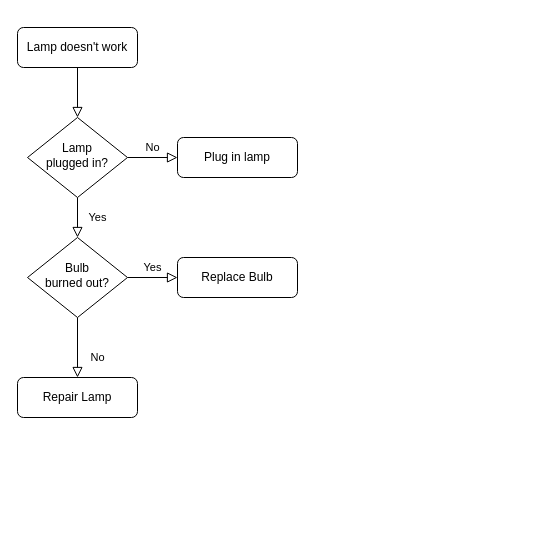
This is Untitled Diagram.drawio from ChengXW000/ChengXW000, a draw.io file, before an edit. Source tidied: cells renumbered, new cells numbered last; positions are measured from the earlier drawing's top-left corner, leaving out a move shared by most shapes. Both pictures are drawn from the tidied source at 100%, with x=0, y=0 at pixel (17, 27).
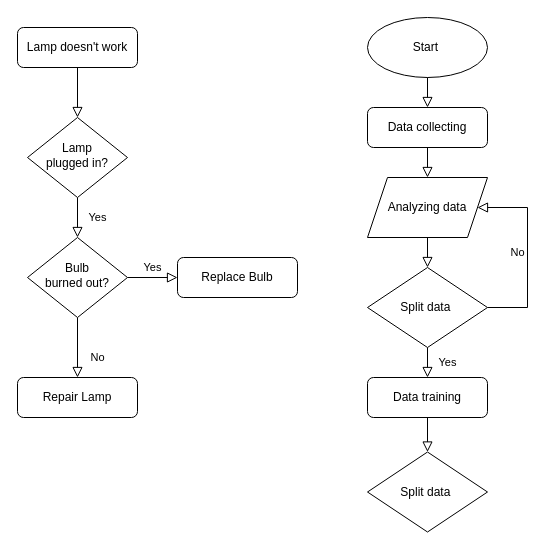
The same diagram, later.

Unchanged cells that the change refers to:
```xml
<mxCell id="6" value="Lamp&lt;br&gt;plugged in?" style="rhombus;whiteSpace=wrap;html=1;shadow=0;fontFamily=Helvetica;fontSize=12;align=center;strokeWidth=1;spacing=6;spacingTop=-4;" parent="1" vertex="1">
  <mxGeometry x="10" y="90" width="100" height="80" as="geometry" />
</mxCell>
```

What changed in the source:
```diff
@@
-    <mxCell id="5" value="No" style="edgeStyle=orthogonalEdgeStyle;rounded=0;html=1;jettySize=auto;fontSize=11;endArrow=block;endFill=0;endSize=8;strokeWidth=1;shadow=0;labelBackgroundColor=none;" parent="1" edge="1" source="6" target="7">
-      <mxGeometry y="10" relative="1" as="geometry" />
+    <mxCell id="5" value="No" style="edgeStyle=orthogonalEdgeStyle;rounded=0;html=1;jettySize=auto;fontSize=11;endArrow=block;endFill=0;endSize=8;strokeWidth=1;shadow=0;labelBackgroundColor=none;exitX=1;exitY=0.5;exitDx=0;exitDy=0;entryX=1;entryY=0.5;entryDx=0;entryDy=0;" parent="1" edge="1" source="18" target="15">
+      <mxGeometry y="10" relative="1" as="geometry">
+        <Array as="points">
+          <mxPoint x="510" y="280" />
+          <mxPoint x="510" y="180" />
+        </Array>
+      </mxGeometry>
     </mxCell>
@@
-    <mxCell id="7" value="Plug in lamp" style="rounded=1;whiteSpace=wrap;html=1;fontSize=12;glass=0;strokeWidth=1;shadow=0;" parent="1" vertex="1">
-      <mxGeometry x="160" y="110" width="120" height="40" as="geometry" />
+    <mxCell id="7" value="Data collecting" style="rounded=1;whiteSpace=wrap;html=1;fontSize=12;glass=0;strokeWidth=1;shadow=0;" parent="1" vertex="1">
+      <mxGeometry x="350" y="80" width="120" height="40" as="geometry" />
     </mxCell>
@@
+    <mxCell id="13" value="Start&amp;nbsp;" style="ellipse;whiteSpace=wrap;html=1;" parent="1" vertex="1">
+      <mxGeometry x="350" y="-10" width="120" height="60" as="geometry" />
+    </mxCell>
+    <mxCell id="14" style="rounded=0;html=1;jettySize=auto;fontSize=11;endArrow=block;endFill=0;endSize=8;strokeWidth=1;shadow=0;labelBackgroundColor=none;edgeStyle=orthogonalEdgeStyle;exitX=0.5;exitY=1;exitDx=0;exitDy=0;entryX=0.5;entryY=0;entryDx=0;entryDy=0;" parent="1" edge="1" source="13" target="7">
+      <mxGeometry relative="1" as="geometry" />
+    </mxCell>
+    <mxCell id="15" value="Analyzing data" style="shape=parallelogram;perimeter=parallelogramPerimeter;whiteSpace=wrap;html=1;fixedSize=1;" parent="1" vertex="1">
+      <mxGeometry x="350" y="150" width="120" height="60" as="geometry" />
+    </mxCell>
+    <mxCell id="16" value="Yes" style="rounded=0;html=1;jettySize=auto;fontSize=11;endArrow=block;endFill=0;endSize=8;strokeWidth=1;shadow=0;labelBackgroundColor=none;edgeStyle=orthogonalEdgeStyle;exitX=0.5;exitY=1;exitDx=0;exitDy=0;entryX=0.5;entryY=0;entryDx=0;entryDy=0;" parent="1" edge="1" source="18" target="19">
+      <mxGeometry y="20" relative="1" as="geometry" />
+    </mxCell>
+    <mxCell id="17" style="rounded=0;html=1;jettySize=auto;fontSize=11;endArrow=block;endFill=0;endSize=8;strokeWidth=1;shadow=0;labelBackgroundColor=none;edgeStyle=orthogonalEdgeStyle;exitX=0.5;exitY=1;exitDx=0;exitDy=0;entryX=0.5;entryY=0;entryDx=0;entryDy=0;" parent="1" edge="1" source="7" target="15">
+      <mxGeometry relative="1" as="geometry" />
+    </mxCell>
+    <mxCell id="18" value="Split data&amp;nbsp;" style="rhombus;whiteSpace=wrap;html=1;" parent="1" vertex="1">
+      <mxGeometry x="350" y="240" width="120" height="80" as="geometry" />
+    </mxCell>
+    <mxCell id="19" value="Data training" style="rounded=1;whiteSpace=wrap;html=1;fontSize=12;glass=0;strokeWidth=1;shadow=0;" parent="1" vertex="1">
+      <mxGeometry x="350" y="350" width="120" height="40" as="geometry" />
+    </mxCell>
+    <mxCell id="20" style="rounded=0;html=1;jettySize=auto;fontSize=11;endArrow=block;endFill=0;endSize=8;strokeWidth=1;shadow=0;labelBackgroundColor=none;edgeStyle=orthogonalEdgeStyle;exitX=0.5;exitY=1;exitDx=0;exitDy=0;entryX=0.5;entryY=0;entryDx=0;entryDy=0;" parent="1" edge="1" source="15" target="18">
+      <mxGeometry relative="1" as="geometry" />
+    </mxCell>
+    <mxCell id="21" value="Split data&amp;nbsp;" style="rhombus;whiteSpace=wrap;html=1;" parent="1" vertex="1">
+      <mxGeometry x="350" y="424.5" width="120" height="80" as="geometry" />
+    </mxCell>
+    <mxCell id="22" style="rounded=0;html=1;jettySize=auto;fontSize=11;endArrow=block;endFill=0;endSize=8;strokeWidth=1;shadow=0;labelBackgroundColor=none;edgeStyle=orthogonalEdgeStyle;exitX=0.5;exitY=1;exitDx=0;exitDy=0;entryX=0.5;entryY=0;entryDx=0;entryDy=0;" parent="1" edge="1" source="19" target="21">
+      <mxGeometry relative="1" as="geometry" />
+    </mxCell>
```
